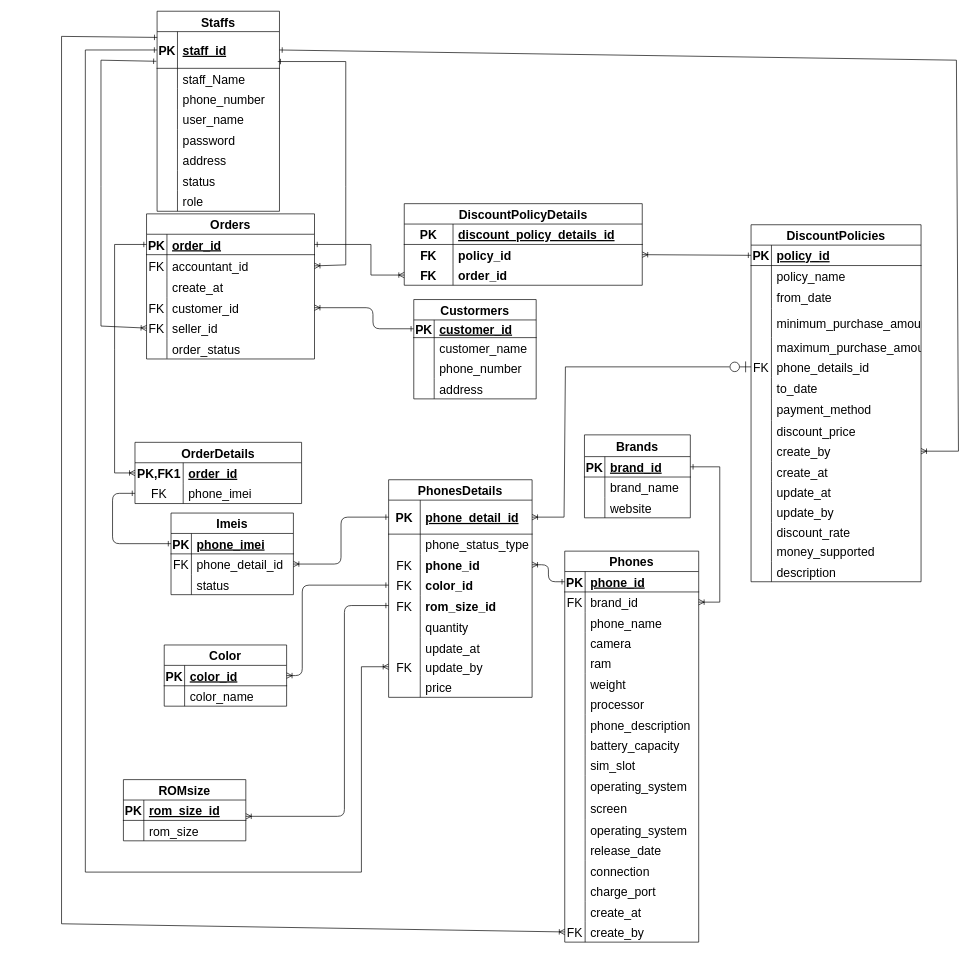
Above: page "ER - Diagram" (4 of 5) of PhoneStore.drawio in anPf1121/ThreeLayerConsole (draw.io), before the change. Source tidied: cells renumbered, new cells numbered last; positions are measured from the earlier drawing's top-left corner, leaving out a move shared by most shapes. Both pictures are drawn from the tidied source at 68%, with x=0, y=0 at pixel (61, 11).
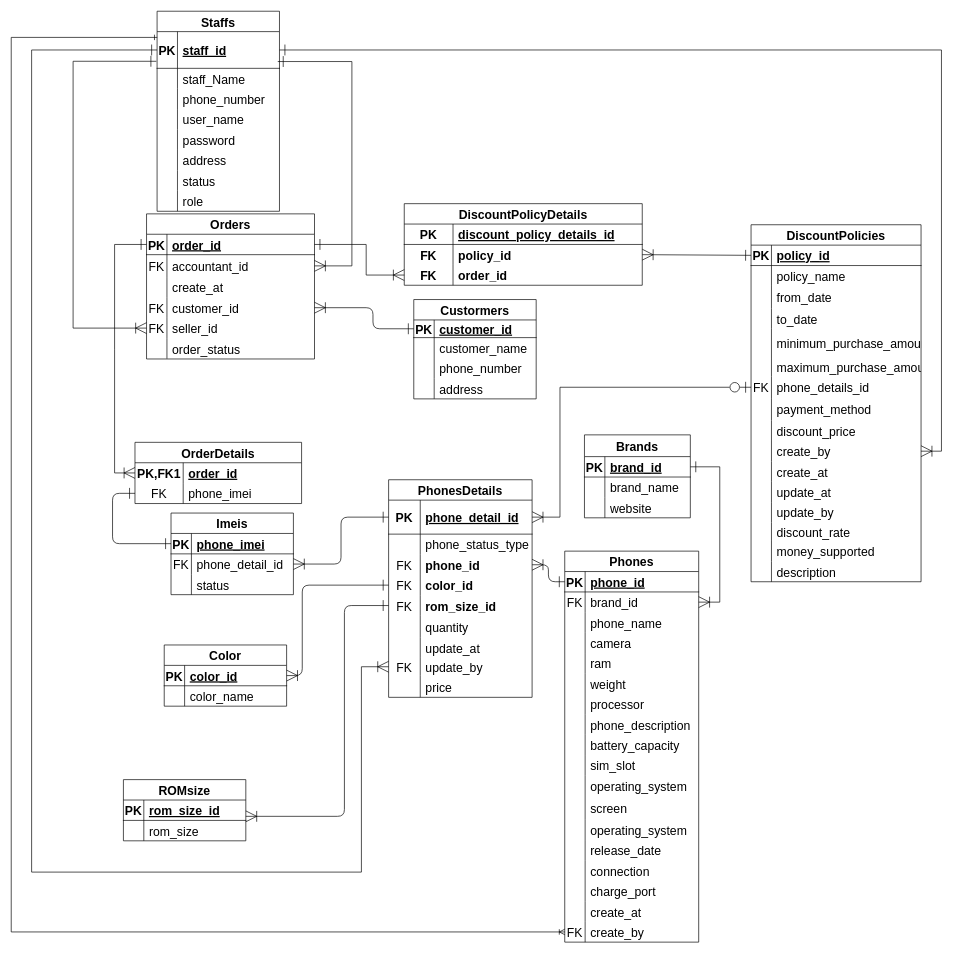
The same diagram, later.

The change refers to these unchanged cells:
```xml
<mxCell id="3" style="shape=tableRow;horizontal=0;startSize=0;swimlaneHead=0;swimlaneBody=0;fillColor=none;points=[[0,0.5],[1,0.5]];portConstraint=eastwest;top=0;left=0;right=0;bottom=1;fontSize=18;" parent="2" vertex="1">
<mxCell id="6" style="shape=tableRow;horizontal=0;startSize=0;swimlaneHead=0;swimlaneBody=0;fillColor=none;points=[[0,0.5],[1,0.5]];portConstraint=eastwest;top=0;left=0;right=0;bottom=0;fontSize=18;" parent="2" vertex="1">
<mxCell id="54" style="shape=tableRow;horizontal=0;startSize=0;swimlaneHead=0;swimlaneBody=0;fillColor=none;points=[[0,0.5],[1,0.5]];portConstraint=eastwest;top=0;left=0;right=0;bottom=0;fontSize=18;" parent="2" vertex="1">
<mxCell id="58" style="shape=tableRow;horizontal=0;startSize=0;swimlaneHead=0;swimlaneBody=0;fillColor=none;points=[[0,0.5],[1,0.5]];portConstraint=eastwest;top=0;left=0;right=0;bottom=1;fontSize=18;" parent="57" vertex="1">
<mxCell id="68" style="shape=tableRow;horizontal=0;startSize=0;swimlaneHead=0;swimlaneBody=0;fillColor=none;points=[[0,0.5],[1,0.5]];portConstraint=eastwest;top=0;left=0;right=0;bottom=1;fontSize=18;" parent="67" vertex="1">
<mxCell id="71" style="shape=tableRow;horizontal=0;startSize=0;swimlaneHead=0;swimlaneBody=0;fillColor=none;points=[[0,0.5],[1,0.5]];portConstraint=eastwest;top=0;left=0;right=0;bottom=0;fontSize=18;" parent="67" vertex="1">
<mxCell id="77" value="DiscountPolicies" style="shape=table;startSize=30;childLayout=tableLayout;rowLines=0;fontStyle=1;align=center;fontSize=18;" parent="1" vertex="1">
<mxCell id="78" style="shape=tableRow;horizontal=0;startSize=0;swimlaneHead=0;swimlaneBody=0;fillColor=none;points=[[0,0.5],[1,0.5]];portConstraint=eastwest;top=0;left=0;right=0;bottom=1;fontSize=18;" parent="77" vertex="1">
<mxCell id="105" style="shape=tableRow;horizontal=0;startSize=0;swimlaneHead=0;swimlaneBody=0;fillColor=none;points=[[0,0.5],[1,0.5]];portConstraint=eastwest;top=0;left=0;right=0;bottom=0;fontSize=18;" parent="77" vertex="1">
<mxCell id="127" style="shape=tableRow;horizontal=0;startSize=0;swimlaneHead=0;swimlaneBody=0;fillColor=none;points=[[0,0.5],[1,0.5]];portConstraint=eastwest;top=0;left=0;right=0;bottom=1;fontSize=18;" parent="126" vertex="1">
<mxCell id="140" style="shape=tableRow;horizontal=0;startSize=0;swimlaneHead=0;swimlaneBody=0;fillColor=none;points=[[0,0.5],[1,0.5]];portConstraint=eastwest;top=0;left=0;right=0;bottom=1;fontSize=18;" parent="139" vertex="1">
<mxCell id="165" style="shape=tableRow;horizontal=0;startSize=0;swimlaneHead=0;swimlaneBody=0;fillColor=none;points=[[0,0.5],[1,0.5]];portConstraint=eastwest;top=0;left=0;right=0;bottom=1;fontSize=18;" parent="164" vertex="1">
<mxCell id="168" style="shape=tableRow;horizontal=0;startSize=0;swimlaneHead=0;swimlaneBody=0;fillColor=none;points=[[0,0.5],[1,0.5]];portConstraint=eastwest;top=0;left=0;right=0;bottom=0;fontSize=18;" parent="164" vertex="1">
<mxCell id="174" style="shape=tableRow;horizontal=0;startSize=0;swimlaneHead=0;swimlaneBody=0;fillColor=none;points=[[0,0.5],[1,0.5]];portConstraint=eastwest;top=0;left=0;right=0;bottom=0;fontSize=18;" parent="164" vertex="1">
<mxCell id="177" style="shape=tableRow;horizontal=0;startSize=0;swimlaneHead=0;swimlaneBody=0;fillColor=none;points=[[0,0.5],[1,0.5]];portConstraint=eastwest;top=0;left=0;right=0;bottom=0;fontSize=18;" parent="164" vertex="1">
<mxCell id="186" style="shape=tableRow;horizontal=0;startSize=0;swimlaneHead=0;swimlaneBody=0;fillColor=none;points=[[0,0.5],[1,0.5]];portConstraint=eastwest;top=0;left=0;right=0;bottom=0;fontSize=18;" parent="185" vertex="1">
<mxCell id="189" style="shape=tableRow;horizontal=0;startSize=0;swimlaneHead=0;swimlaneBody=0;fillColor=none;points=[[0,0.5],[1,0.5]];portConstraint=eastwest;top=0;left=0;right=0;bottom=0;fontSize=18;" parent="185" vertex="1">
<mxCell id="195" style="shape=tableRow;horizontal=0;startSize=0;swimlaneHead=0;swimlaneBody=0;fillColor=none;points=[[0,0.5],[1,0.5]];portConstraint=eastwest;top=0;left=0;right=0;bottom=1;fontSize=18;" parent="194" vertex="1">
<mxCell id="201" style="shape=tableRow;horizontal=0;startSize=0;swimlaneHead=0;swimlaneBody=0;fillColor=none;points=[[0,0.5],[1,0.5]];portConstraint=eastwest;top=0;left=0;right=0;bottom=0;fontSize=18;" parent="194" vertex="1">
<mxCell id="204" style="shape=tableRow;horizontal=0;startSize=0;swimlaneHead=0;swimlaneBody=0;fillColor=none;points=[[0,0.5],[1,0.5]];portConstraint=eastwest;top=0;left=0;right=0;bottom=0;fontSize=18;" parent="194" vertex="1">
<mxCell id="207" style="shape=tableRow;horizontal=0;startSize=0;swimlaneHead=0;swimlaneBody=0;fillColor=none;points=[[0,0.5],[1,0.5]];portConstraint=eastwest;top=0;left=0;right=0;bottom=0;fontSize=18;" parent="194" vertex="1">
<mxCell id="216" style="shape=tableRow;horizontal=0;startSize=0;swimlaneHead=0;swimlaneBody=0;fillColor=none;points=[[0,0.5],[1,0.5]];portConstraint=eastwest;top=0;left=0;right=0;bottom=0;fontSize=18;" parent="194" vertex="1">
<mxCell id="226" style="shape=tableRow;horizontal=0;startSize=0;swimlaneHead=0;swimlaneBody=0;fillColor=none;points=[[0,0.5],[1,0.5]];portConstraint=eastwest;top=0;left=0;right=0;bottom=1;fontSize=18;" parent="225" vertex="1">
<mxCell id="233" style="shape=tableRow;horizontal=0;startSize=0;swimlaneHead=0;swimlaneBody=0;fillColor=none;points=[[0,0.5],[1,0.5]];portConstraint=eastwest;top=0;left=0;right=0;bottom=1;fontSize=18;" parent="232" vertex="1">
<mxCell id="245" style="shape=tableRow;horizontal=0;startSize=0;swimlaneHead=0;swimlaneBody=0;fillColor=none;points=[[0,0.5],[1,0.5]];portConstraint=eastwest;top=0;left=0;right=0;bottom=0;fontSize=18;" parent="241" vertex="1">
<mxCell id="248" style="shape=tableRow;horizontal=0;startSize=0;swimlaneHead=0;swimlaneBody=0;fillColor=none;points=[[0,0.5],[1,0.5]];portConstraint=eastwest;top=0;left=0;right=0;bottom=0;fontSize=18;" parent="241" vertex="1">
```

What changed in the source:
```diff
@@
+    <mxCell id="96" style="shape=tableRow;horizontal=0;startSize=0;swimlaneHead=0;swimlaneBody=0;fillColor=none;top=0;left=0;right=0;bottom=0;fontSize=18;" parent="77" vertex="1">
+      <mxGeometry y="123" width="250" height="30" as="geometry" />
+    </mxCell>
+    <mxCell id="97" style="shape=partialRectangle;fillColor=none;top=0;left=0;bottom=0;right=0;overflow=hidden;fontSize=18;" parent="96" vertex="1">
+      <mxGeometry width="30" height="30" as="geometry" />
+    </mxCell>
+    <mxCell id="98" value="to_date" style="shape=partialRectangle;fillColor=none;top=0;left=0;bottom=0;right=0;align=left;spacingLeft=6;overflow=hidden;fontSize=18;" parent="96" vertex="1">
+      <mxGeometry x="30" width="220" height="30" as="geometry" />
+    </mxCell>
     <mxCell id="87" style="shape=tableRow;horizontal=0;startSize=0;swimlaneHead=0;swimlaneBody=0;fillColor=none;top=0;left=0;right=0;bottom=0;fontSize=18;" parent="77" vertex="1">
-      <mxGeometry y="123" width="250" height="43" as="geometry" />
+      <mxGeometry y="153" width="250" height="43" as="geometry" />
     </mxCell>
@@
     <mxCell id="90" style="shape=tableRow;horizontal=0;startSize=0;swimlaneHead=0;swimlaneBody=0;fillColor=none;top=0;left=0;right=0;bottom=0;fontSize=18;" parent="77" vertex="1">
-      <mxGeometry y="166" width="250" height="27" as="geometry" />
+      <mxGeometry y="196" width="250" height="27" as="geometry" />
     </mxCell>
@@
     <mxCell id="93" style="shape=tableRow;horizontal=0;startSize=0;swimlaneHead=0;swimlaneBody=0;fillColor=none;points=[[0,0.5],[1,0.5]];portConstraint=eastwest;top=0;left=0;right=0;bottom=0;fontSize=18;" parent="77" vertex="1">
-      <mxGeometry y="193" width="250" height="32" as="geometry" />
+      <mxGeometry y="223" width="250" height="32" as="geometry" />
     </mxCell>
@@
-    <mxCell id="96" style="shape=tableRow;horizontal=0;startSize=0;swimlaneHead=0;swimlaneBody=0;fillColor=none;top=0;left=0;right=0;bottom=0;fontSize=18;" parent="77" vertex="1">
-      <mxGeometry y="225" width="250" height="30" as="geometry" />
-    </mxCell>
-    <mxCell id="97" style="shape=partialRectangle;fillColor=none;top=0;left=0;bottom=0;right=0;overflow=hidden;fontSize=18;" parent="96" vertex="1">
-      <mxGeometry width="30" height="30" as="geometry" />
-    </mxCell>
-    <mxCell id="98" value="to_date" style="shape=partialRectangle;fillColor=none;top=0;left=0;bottom=0;right=0;align=left;spacingLeft=6;overflow=hidden;fontSize=18;" parent="96" vertex="1">
-      <mxGeometry x="30" width="220" height="30" as="geometry" />
-    </mxCell>
@@
-    <mxCell id="183" style="endArrow=ERone;html=1;rounded=0;entryX=-0.006;entryY=0.808;entryDx=0;entryDy=0;exitX=0;exitY=0.5;exitDx=0;exitDy=0;startArrow=ERoneToMany;startFill=0;endFill=0;fontSize=18;entryPerimeter=0;" parent="1" edge="1" source="177" target="140">
+    <mxCell id="183" style="endArrow=ERone;html=1;rounded=0;entryX=-0.006;entryY=0.808;entryDx=0;entryDy=0;exitX=0;exitY=0.5;exitDx=0;exitDy=0;startArrow=ERoneToMany;startFill=0;endFill=0;fontSize=18;entryPerimeter=0;edgeStyle=orthogonalEdgeStyle;endSize=14;startSize=14;" parent="1" edge="1" source="177" target="140">
       <mxGeometry relative="1" as="geometry">
         <Array as="points">
-          <mxPoint x="58" y="463" />
-          <mxPoint x="58" y="258" />
-          <mxPoint x="58" y="72" />
+          <mxPoint x="17" y="466" />
+          <mxPoint x="17" y="74" />
         </Array>
       </mxGeometry>
     </mxCell>
-    <mxCell id="184" style="endArrow=ERone;html=1;rounded=0;exitX=1;exitY=0.5;exitDx=0;exitDy=0;endFill=0;startArrow=ERoneToMany;startFill=0;fontSize=18;" parent="1" edge="1" source="168">
+    <mxCell id="184" style="endArrow=ERone;html=1;rounded=0;exitX=1;exitY=0.5;exitDx=0;exitDy=0;endFill=0;startArrow=ERoneToMany;startFill=0;fontSize=18;edgeStyle=orthogonalEdgeStyle;endSize=14;startSize=14;" parent="1" edge="1" source="168">
       <mxGeometry relative="1" as="geometry">
         <mxPoint x="318" y="74" as="targetPoint" />
         <Array as="points">
-          <mxPoint x="418" y="373" />
-          <mxPoint x="418" y="258" />
-          <mxPoint x="418" y="74" />
+          <mxPoint x="427" y="375" />
+          <mxPoint x="427" y="74" />
         </Array>
       </mxGeometry>
     </mxCell>
@@
-    <mxCell id="192" style="endArrow=ERone;html=1;rounded=0;entryX=0;entryY=0.5;entryDx=0;entryDy=0;exitX=0;exitY=0.5;exitDx=0;exitDy=0;startArrow=ERoneToMany;startFill=0;endFill=0;fontSize=18;" parent="1" edge="1" source="186" target="165">
+    <mxCell id="192" style="endArrow=ERone;html=1;rounded=0;entryX=0;entryY=0.5;entryDx=0;entryDy=0;exitX=0;exitY=0.5;exitDx=0;exitDy=0;startArrow=ERoneToMany;startFill=0;endFill=0;fontSize=18;endSize=14;startSize=14;" parent="1" edge="1" source="186" target="165">
       <mxGeometry relative="1" as="geometry">
         <Array as="points">
           <mxPoint x="78" y="679" />
           <mxPoint x="78" y="498" />
           <mxPoint x="78" y="343" />
         </Array>
       </mxGeometry>
     </mxCell>
-    <mxCell id="193" style="edgeStyle=orthogonalEdgeStyle;html=1;exitX=0;exitY=0.5;exitDx=0;exitDy=0;entryX=0;entryY=0.5;entryDx=0;entryDy=0;startArrow=ERone;startFill=0;endArrow=ERone;endFill=0;" parent="1" edge="1" source="189" target="68">
+    <mxCell id="193" style="edgeStyle=orthogonalEdgeStyle;html=1;exitX=0;exitY=0.5;exitDx=0;exitDy=0;entryX=0;entryY=0.5;entryDx=0;entryDy=0;startArrow=ERone;startFill=0;endArrow=ERone;endFill=0;endSize=14;startSize=14;" parent="1" edge="1" source="189" target="68">
       <mxGeometry relative="1" as="geometry">
         <Array as="points">
           <mxPoint x="75" y="709" />
           <mxPoint x="75" y="783" />
         </Array>
       </mxGeometry>
     </mxCell>
@@
-    <mxCell id="222" style="edgeStyle=orthogonalEdgeStyle;html=1;exitX=0;exitY=0.5;exitDx=0;exitDy=0;entryX=1;entryY=0.5;entryDx=0;entryDy=0;startArrow=ERone;startFill=0;endArrow=ERoneToMany;endFill=0;" parent="1" edge="1" source="195" target="71">
+    <mxCell id="222" style="edgeStyle=orthogonalEdgeStyle;html=1;exitX=0;exitY=0.5;exitDx=0;exitDy=0;entryX=1;entryY=0.5;entryDx=0;entryDy=0;startArrow=ERone;startFill=0;endArrow=ERoneToMany;endFill=0;endSize=14;startSize=14;" parent="1" edge="1" source="195" target="71">
       <mxGeometry relative="1" as="geometry" />
     </mxCell>
-    <mxCell id="223" style="edgeStyle=orthogonalEdgeStyle;html=1;exitX=0;exitY=0.5;exitDx=0;exitDy=0;entryX=1;entryY=0.5;entryDx=0;entryDy=0;startArrow=ERone;startFill=0;endArrow=ERoneToMany;endFill=0;" parent="1" edge="1" source="3" target="201">
+    <mxCell id="223" style="edgeStyle=orthogonalEdgeStyle;html=1;exitX=0;exitY=0.5;exitDx=0;exitDy=0;entryX=1;entryY=0.5;entryDx=0;entryDy=0;startArrow=ERone;startFill=0;endArrow=ERoneToMany;endFill=0;endSize=14;startSize=14;" parent="1" edge="1" source="3" target="201">
       <mxGeometry relative="1" as="geometry" />
     </mxCell>
-    <mxCell id="224" style="edgeStyle=orthogonalEdgeStyle;html=1;exitX=0;exitY=0.5;exitDx=0;exitDy=0;entryX=1;entryY=0.5;entryDx=0;entryDy=0;startArrow=ERone;startFill=0;endArrow=ERoneToMany;endFill=0;" parent="1" edge="1" source="127" target="174">
+    <mxCell id="224" style="edgeStyle=orthogonalEdgeStyle;html=1;exitX=0;exitY=0.5;exitDx=0;exitDy=0;entryX=1;entryY=0.5;entryDx=0;entryDy=0;startArrow=ERone;startFill=0;endArrow=ERoneToMany;endFill=0;endSize=14;startSize=14;" parent="1" edge="1" source="127" target="174">
       <mxGeometry relative="1" as="geometry">
         <Array as="points">
           <mxPoint x="458" y="467" />
           <mxPoint x="458" y="436" />
         </Array>
       </mxGeometry>
     </mxCell>
@@
-    <mxCell id="239" style="edgeStyle=orthogonalEdgeStyle;html=1;exitX=1;exitY=0.5;exitDx=0;exitDy=0;entryX=0;entryY=0.5;entryDx=0;entryDy=0;startArrow=ERoneToMany;startFill=0;endArrow=ERone;endFill=0;" parent="1" edge="1" source="226" target="204">
+    <mxCell id="239" style="edgeStyle=orthogonalEdgeStyle;html=1;exitX=1;exitY=0.5;exitDx=0;exitDy=0;entryX=0;entryY=0.5;entryDx=0;entryDy=0;startArrow=ERoneToMany;startFill=0;endArrow=ERone;endFill=0;endSize=14;startSize=14;" parent="1" edge="1" source="226" target="204">
       <mxGeometry relative="1" as="geometry">
         <Array as="points">
           <mxPoint x="354" y="977" />
           <mxPoint x="354" y="844" />
         </Array>
       </mxGeometry>
     </mxCell>
-    <mxCell id="240" style="edgeStyle=orthogonalEdgeStyle;html=1;entryX=0;entryY=0.5;entryDx=0;entryDy=0;startArrow=ERoneToMany;startFill=0;endArrow=ERone;endFill=0;" parent="1" edge="1" source="233" target="207">
+    <mxCell id="240" style="edgeStyle=orthogonalEdgeStyle;html=1;entryX=0;entryY=0.5;entryDx=0;entryDy=0;startArrow=ERoneToMany;startFill=0;endArrow=ERone;endFill=0;endSize=14;startSize=14;" parent="1" edge="1" source="233" target="207">
       <mxGeometry relative="1" as="geometry">
         <Array as="points">
           <mxPoint x="416" y="1184" />
           <mxPoint x="416" y="874" />
         </Array>
       </mxGeometry>
     </mxCell>
@@
-    <mxCell id="251" style="edgeStyle=none;rounded=0;jettySize=auto;html=1;exitX=1;exitY=0.5;exitDx=0;exitDy=0;entryX=0;entryY=0.5;entryDx=0;entryDy=0;startArrow=ERone;startFill=0;endArrow=ERoneToMany;endFill=0;" parent="1" edge="1" source="165" target="248">
+    <mxCell id="251" style="edgeStyle=orthogonalEdgeStyle;rounded=0;jettySize=auto;html=1;exitX=1;exitY=0.5;exitDx=0;exitDy=0;entryX=0;entryY=0.5;entryDx=0;entryDy=0;startArrow=ERone;startFill=0;endArrow=ERoneToMany;endFill=0;endSize=14;startSize=14;" parent="1" edge="1" source="165" target="248">
       <mxGeometry relative="1" as="geometry">
         <Array as="points">
-          <mxPoint x="455" y="343" />
-          <mxPoint x="455" y="388" />
+          <mxPoint x="448" y="343" />
+          <mxPoint x="448" y="388" />
         </Array>
       </mxGeometry>
     </mxCell>
-    <mxCell id="252" style="edgeStyle=none;rounded=0;jettySize=auto;html=1;exitX=0;exitY=0.5;exitDx=0;exitDy=0;startArrow=ERone;startFill=0;endArrow=ERoneToMany;endFill=0;entryX=1;entryY=0.5;entryDx=0;entryDy=0;" parent="1" edge="1" source="78" target="245">
+    <mxCell id="252" style="edgeStyle=none;rounded=0;jettySize=auto;html=1;exitX=0;exitY=0.5;exitDx=0;exitDy=0;startArrow=ERone;startFill=0;endArrow=ERoneToMany;endFill=0;entryX=1;entryY=0.5;entryDx=0;entryDy=0;endSize=14;startSize=14;" parent="1" edge="1" source="78" target="245">
       <mxGeometry relative="1" as="geometry" />
     </mxCell>
-    <mxCell id="253" style="edgeStyle=none;rounded=0;jettySize=auto;html=1;exitX=0.001;exitY=0.158;exitDx=0;exitDy=0;entryX=0;entryY=0.5;entryDx=0;entryDy=0;startArrow=ERone;startFill=0;endArrow=ERoneToMany;endFill=0;exitPerimeter=0;" parent="1" edge="1" source="140" target="54">
+    <mxCell id="253" style="edgeStyle=orthogonalEdgeStyle;rounded=0;jettySize=auto;html=1;exitX=0.001;exitY=0.158;exitDx=0;exitDy=0;entryX=0;entryY=0.5;entryDx=0;entryDy=0;startArrow=ERone;startFill=0;endArrow=ERoneToMany;endFill=0;exitPerimeter=0;" parent="1" edge="1" source="140" target="54">
       <mxGeometry relative="1" as="geometry">
         <Array as="points">
-          <mxPoint y="37" />
-          <mxPoint y="1342" />
+          <mxPoint x="-74" y="39" />
+          <mxPoint x="-74" y="1354" />
         </Array>
       </mxGeometry>
     </mxCell>
-    <mxCell id="254" style="edgeStyle=none;rounded=0;jettySize=auto;html=1;exitX=1;exitY=0.5;exitDx=0;exitDy=0;entryX=1;entryY=0.5;entryDx=0;entryDy=0;startArrow=ERone;startFill=0;endArrow=ERoneToMany;endFill=0;" parent="1" edge="1" source="140" target="105">
-      <mxGeometry relative="1" as="geometry">
-        <Array as="points">
-          <mxPoint x="1316" y="72" />
-          <mxPoint x="1319" y="647" />
-        </Array>
-      </mxGeometry>
+    <mxCell id="254" style="edgeStyle=orthogonalEdgeStyle;rounded=0;jettySize=auto;html=1;exitX=1;exitY=0.5;exitDx=0;exitDy=0;entryX=1;entryY=0.5;entryDx=0;entryDy=0;startArrow=ERone;startFill=0;endArrow=ERoneToMany;endFill=0;endSize=14;startSize=14;" parent="1" edge="1" source="140" target="105">
+      <mxGeometry relative="1" as="geometry" />
     </mxCell>
-    <mxCell id="255" style="edgeStyle=none;rounded=0;jettySize=auto;html=1;exitX=0;exitY=0.5;exitDx=0;exitDy=0;entryX=1;entryY=0.5;entryDx=0;entryDy=0;startArrow=ERzeroToOne;startFill=0;endArrow=ERoneToMany;endFill=0;startSize=14;" parent="1" edge="1" source="93" target="195">
+    <mxCell id="255" style="edgeStyle=orthogonalEdgeStyle;rounded=0;jettySize=auto;html=1;exitX=0;exitY=0.5;exitDx=0;exitDy=0;entryX=1;entryY=0.5;entryDx=0;entryDy=0;startArrow=ERzeroToOne;startFill=0;endArrow=ERoneToMany;endFill=0;startSize=14;endSize=14;" parent="1" edge="1" source="93" target="195">
       <mxGeometry relative="1" as="geometry">
         <Array as="points">
-          <mxPoint x="741" y="523" />
-          <mxPoint x="739" y="744" />
+          <mxPoint x="733" y="553" />
+          <mxPoint x="733" y="744" />
         </Array>
       </mxGeometry>
     </mxCell>
-    <mxCell id="256" style="edgeStyle=orthogonalEdgeStyle;rounded=0;jettySize=auto;html=1;exitX=1;exitY=0.5;exitDx=0;exitDy=0;entryX=1;entryY=0.5;entryDx=0;entryDy=0;startArrow=ERone;startFill=0;endArrow=ERoneToMany;endFill=0;" parent="1" edge="1" source="58" target="6">
+    <mxCell id="256" style="edgeStyle=orthogonalEdgeStyle;rounded=0;jettySize=auto;html=1;exitX=1;exitY=0.5;exitDx=0;exitDy=0;entryX=1;entryY=0.5;entryDx=0;entryDy=0;startArrow=ERone;startFill=0;endArrow=ERoneToMany;endFill=0;endSize=14;startSize=14;" parent="1" edge="1" source="58" target="6">
       <mxGeometry relative="1" as="geometry">
         <Array as="points">
           <mxPoint x="968" y="670" />
           <mxPoint x="968" y="869" />
         </Array>
       </mxGeometry>
     </mxCell>
-    <mxCell id="257" style="edgeStyle=orthogonalEdgeStyle;rounded=0;jettySize=auto;html=1;exitX=0;exitY=0.5;exitDx=0;exitDy=0;entryX=0;entryY=0.5;entryDx=0;entryDy=0;startArrow=ERone;startFill=0;endArrow=ERoneToMany;endFill=0;endSize=6;" parent="1" edge="1" source="140" target="216">
+    <mxCell id="257" style="edgeStyle=orthogonalEdgeStyle;rounded=0;jettySize=auto;html=1;exitX=0;exitY=0.5;exitDx=0;exitDy=0;entryX=0;entryY=0.5;entryDx=0;entryDy=0;startArrow=ERone;startFill=0;endArrow=ERoneToMany;endFill=0;endSize=14;startSize=14;" parent="1" edge="1" source="140" target="216">
       <mxGeometry relative="1" as="geometry">
         <Array as="points">
-          <mxPoint x="35" y="57" />
-          <mxPoint x="35" y="1266" />
+          <mxPoint x="-44" y="57" />
+          <mxPoint x="-44" y="1266" />
           <mxPoint x="441" y="1266" />
           <mxPoint x="441" y="964" />
         </Array>
       </mxGeometry>
     </mxCell>
```
